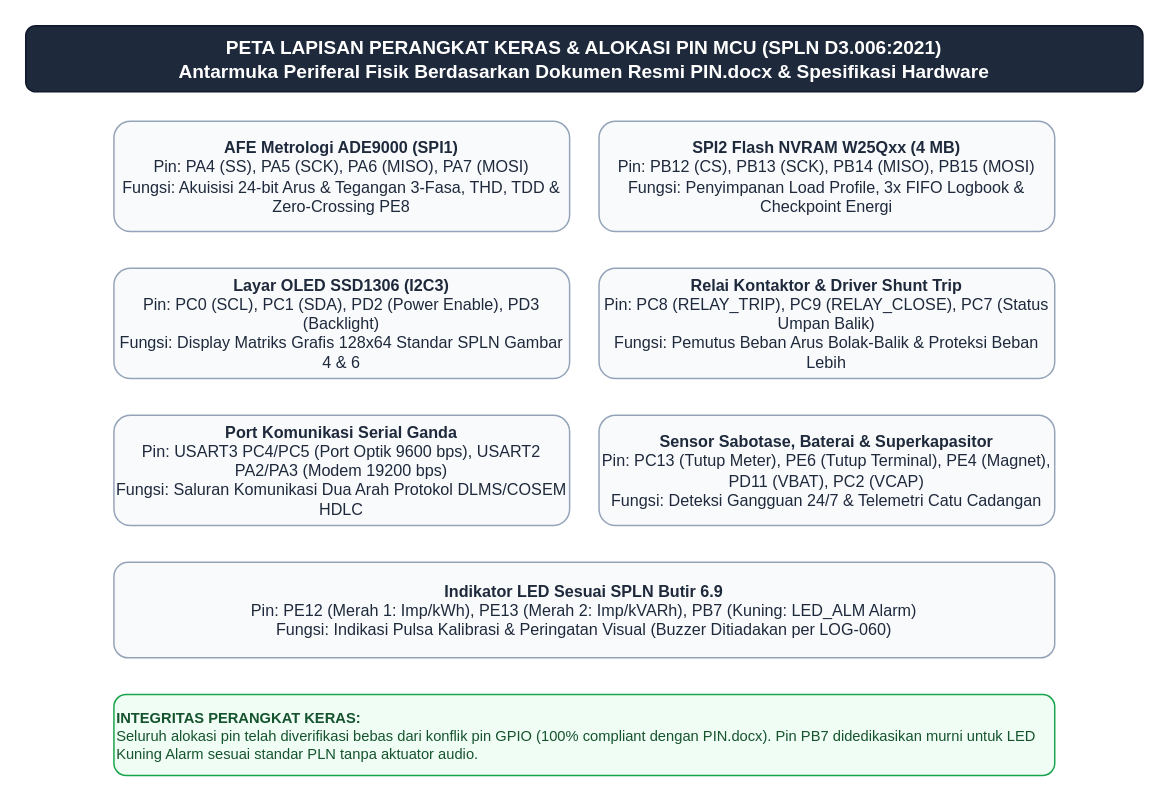
Before: page "7. Hardware & Pin Periferal" (7 of 7) of docs/system_flowchart.drawio in Kevla27/ALLIN, a draw.io diagram. Source tidied: cells renumbered, new cells numbered last; positions are measured from the earlier drawing's top-left corner, leaving out a move shared by most shapes. Both pictures are drawn from the tidied source at 147%, with x=0, y=0 at pixel (25, 25).
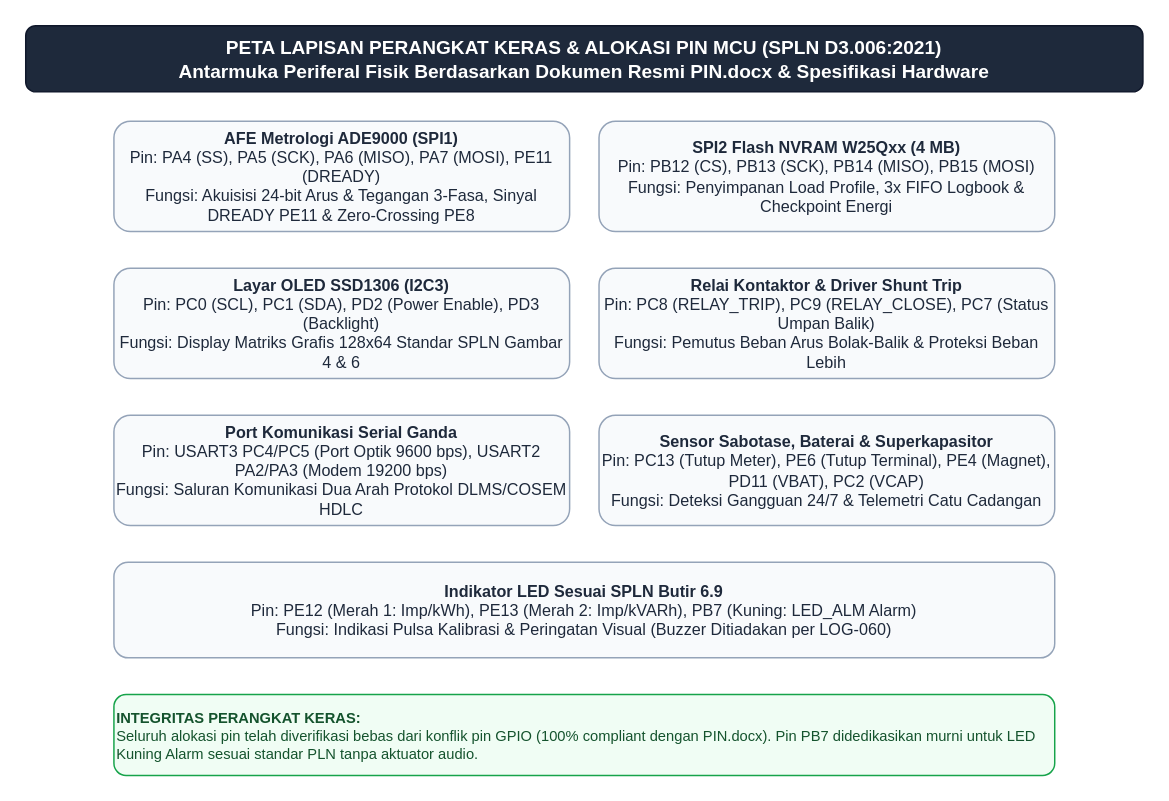
The same page after the edit.

Diff of the diagram source:
```diff
@@
 <mxGraphModel>
   <root>
     <mxCell id="0" />
     <mxCell id="1" parent="0" />
     <mxCell id="2" value="&lt;b&gt;PETA LAPISAN PERANGKAT KERAS &amp;amp; ALOKASI PIN MCU (SPLN D3.006:2021)&lt;/b&gt;&lt;br/&gt;Antarmuka Periferal Fisik Berdasarkan Dokumen Resmi PIN.docx &amp;amp; Spesifikasi Hardware" style="rounded=1;whiteSpace=wrap;html=1;fillColor=#1e293b;strokeColor=#0f172a;fontColor=#ffffff;fontStyle=1;fontSize=13;align=center;" parent="1" vertex="1">
       <mxGeometry width="760" height="45" as="geometry" />
     </mxCell>
-    <mxCell id="3" value="&lt;b&gt;AFE Metrologi ADE9000 (SPI1)&lt;/b&gt;&lt;br/&gt;Pin: PA4 (SS), PA5 (SCK), PA6 (MISO), PA7 (MOSI)&lt;br/&gt;Fungsi: Akuisisi 24-bit Arus &amp;amp; Tegangan 3-Fasa, THD, TDD &amp;amp; Zero-Crossing PE8" style="rounded=1;whiteSpace=wrap;html=1;fillColor=#f8fafc;strokeColor=#94a3b8;fontColor=#1e293b;fontSize=11;align=center;" parent="1" vertex="1">
+    <mxCell id="3" value="&lt;b&gt;AFE Metrologi ADE9000 (SPI1)&lt;/b&gt;&lt;br/&gt;Pin: PA4 (SS), PA5 (SCK), PA6 (MISO), PA7 (MOSI), PE11 (DREADY)&lt;br/&gt;Fungsi: Akuisisi 24-bit Arus &amp;amp; Tegangan 3-Fasa, Sinyal DREADY PE11 &amp;amp; Zero-Crossing PE8" style="rounded=1;whiteSpace=wrap;html=1;fillColor=#f8fafc;strokeColor=#94a3b8;fontColor=#1e293b;fontSize=11;align=center;" parent="1" vertex="1">
       <mxGeometry x="60" y="65" width="310" height="75" as="geometry" />
     </mxCell>
     <mxCell id="4" value="&lt;b&gt;SPI2 Flash NVRAM W25Qxx (4 MB)&lt;/b&gt;&lt;br/&gt;Pin: PB12 (CS), PB13 (SCK), PB14 (MISO), PB15 (MOSI)&lt;br/&gt;Fungsi: Penyimpanan Load Profile, 3x FIFO Logbook &amp;amp; Checkpoint Energi" style="rounded=1;whiteSpace=wrap;html=1;fillColor=#f8fafc;strokeColor=#94a3b8;fontColor=#1e293b;fontSize=11;align=center;" parent="1" vertex="1">
       <mxGeometry x="390" y="65" width="310" height="75" as="geometry" />
     </mxCell>
     <mxCell id="5" value="&lt;b&gt;Layar OLED SSD1306 (I2C3)&lt;/b&gt;&lt;br/&gt;Pin: PC0 (SCL), PC1 (SDA), PD2 (Power Enable), PD3 (Backlight)&lt;br/&gt;Fungsi: Display Matriks Grafis 128x64 Standar SPLN Gambar 4 &amp;amp; 6" style="rounded=1;whiteSpace=wrap;html=1;fillColor=#f8fafc;strokeColor=#94a3b8;fontColor=#1e293b;fontSize=11;align=center;" parent="1" vertex="1">
       <mxGeometry x="60" y="165" width="310" height="75" as="geometry" />
     </mxCell>
     <mxCell id="6" value="&lt;b&gt;Relai Kontaktor &amp;amp; Driver Shunt Trip&lt;/b&gt;&lt;br/&gt;Pin: PC8 (RELAY_TRIP), PC9 (RELAY_CLOSE), PC7 (Status Umpan Balik)&lt;br/&gt;Fungsi: Pemutus Beban Arus Bolak-Balik &amp;amp; Proteksi Beban Lebih" style="rounded=1;whiteSpace=wrap;html=1;fillColor=#f8fafc;strokeColor=#94a3b8;fontColor=#1e293b;fontSize=11;align=center;" parent="1" vertex="1">
       <mxGeometry x="390" y="165" width="310" height="75" as="geometry" />
     </mxCell>
     <mxCell id="7" value="&lt;b&gt;Port Komunikasi Serial Ganda&lt;/b&gt;&lt;br/&gt;Pin: USART3 PC4/PC5 (Port Optik 9600 bps), USART2 PA2/PA3 (Modem 19200 bps)&lt;br/&gt;Fungsi: Saluran Komunikasi Dua Arah Protokol DLMS/COSEM HDLC" style="rounded=1;whiteSpace=wrap;html=1;fillColor=#f8fafc;strokeColor=#94a3b8;fontColor=#1e293b;fontSize=11;align=center;" parent="1" vertex="1">
       <mxGeometry x="60" y="265" width="310" height="75" as="geometry" />
     </mxCell>
     <mxCell id="8" value="&lt;b&gt;Sensor Sabotase, Baterai &amp;amp; Superkapasitor&lt;/b&gt;&lt;br/&gt;Pin: PC13 (Tutup Meter), PE6 (Tutup Terminal), PE4 (Magnet), PD11 (VBAT), PC2 (VCAP)&lt;br/&gt;Fungsi: Deteksi Gangguan 24/7 &amp;amp; Telemetri Catu Cadangan" style="rounded=1;whiteSpace=wrap;html=1;fillColor=#f8fafc;strokeColor=#94a3b8;fontColor=#1e293b;fontSize=11;align=center;" parent="1" vertex="1">
       <mxGeometry x="390" y="265" width="310" height="75" as="geometry" />
     </mxCell>
     <mxCell id="9" value="&lt;b&gt;Indikator LED Sesuai SPLN Butir 6.9&lt;/b&gt;&lt;br/&gt;Pin: PE12 (Merah 1: Imp/kWh), PE13 (Merah 2: Imp/kVARh), PB7 (Kuning: LED_ALM Alarm)&lt;br/&gt;Fungsi: Indikasi Pulsa Kalibrasi &amp;amp; Peringatan Visual (Buzzer Ditiadakan per LOG-060)" style="rounded=1;whiteSpace=wrap;html=1;fillColor=#f8fafc;strokeColor=#94a3b8;fontColor=#1e293b;fontSize=11;align=center;" parent="1" vertex="1">
       <mxGeometry x="60" y="365" width="640" height="65" as="geometry" />
     </mxCell>
     <mxCell id="10" value="&lt;b&gt;INTEGRITAS PERANGKAT KERAS:&lt;/b&gt;&lt;br/&gt;Seluruh alokasi pin telah diverifikasi bebas dari konflik pin GPIO (100% compliant dengan PIN.docx). Pin PB7 didedikasikan murni untuk LED Kuning Alarm sesuai standar PLN tanpa aktuator audio." style="rounded=1;whiteSpace=wrap;html=1;fontSize=10;align=left;fillColor=#f0fdf4;strokeColor=#16a34a;fontColor=#14532d;" parent="1" vertex="1">
       <mxGeometry x="60" y="455" width="640" height="55" as="geometry" />
     </mxCell>
   </root>
 </mxGraphModel>
```
